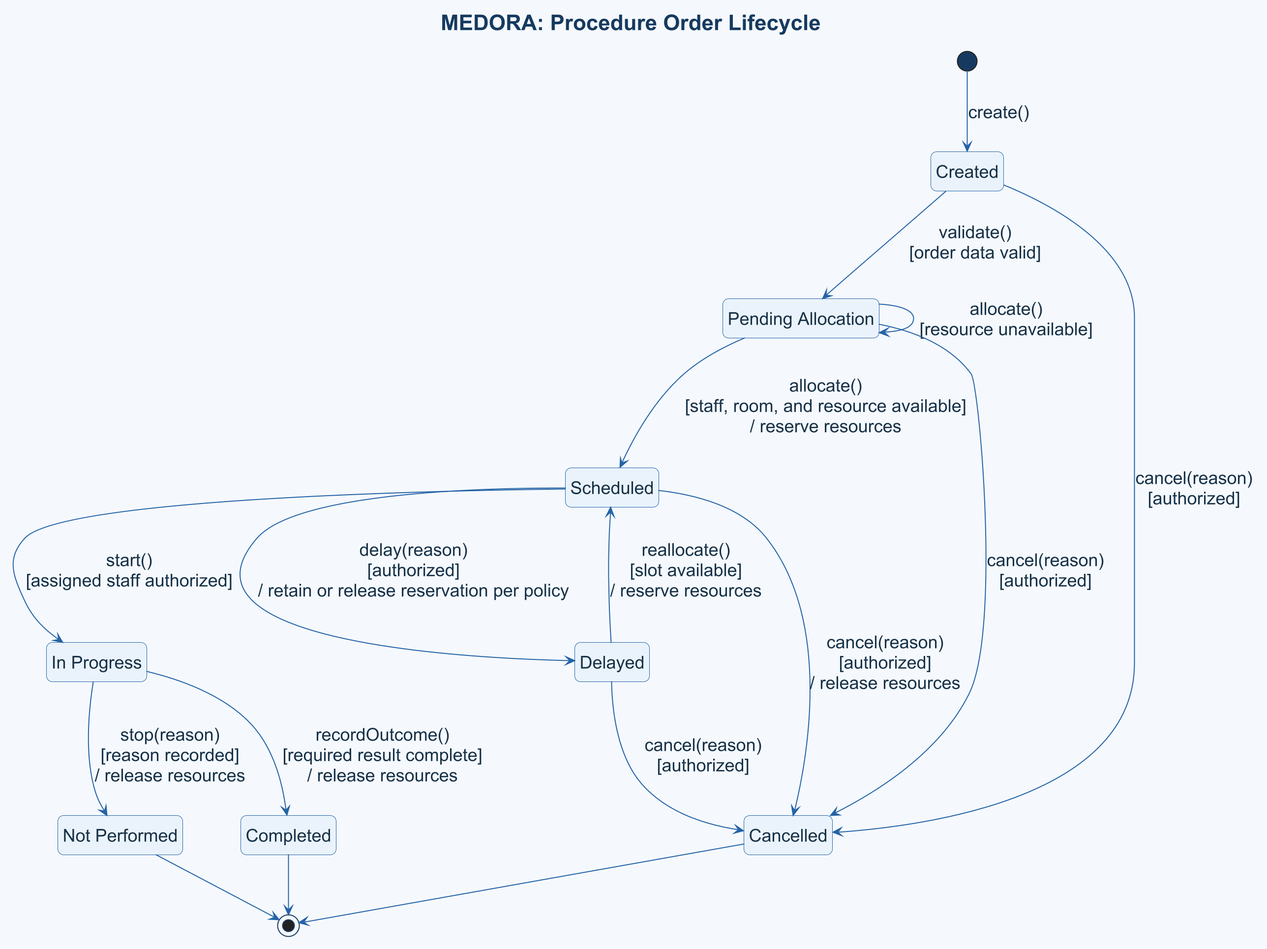
Before: doc/asset/05-behavioral-modeling-implementation/behavioral-uml/state-machine-by-entity/figure/procedure-order-lifecycle.png, a diagram exported from PlantUML (DucDung-1107/SysDes_2026.1_Group_08).
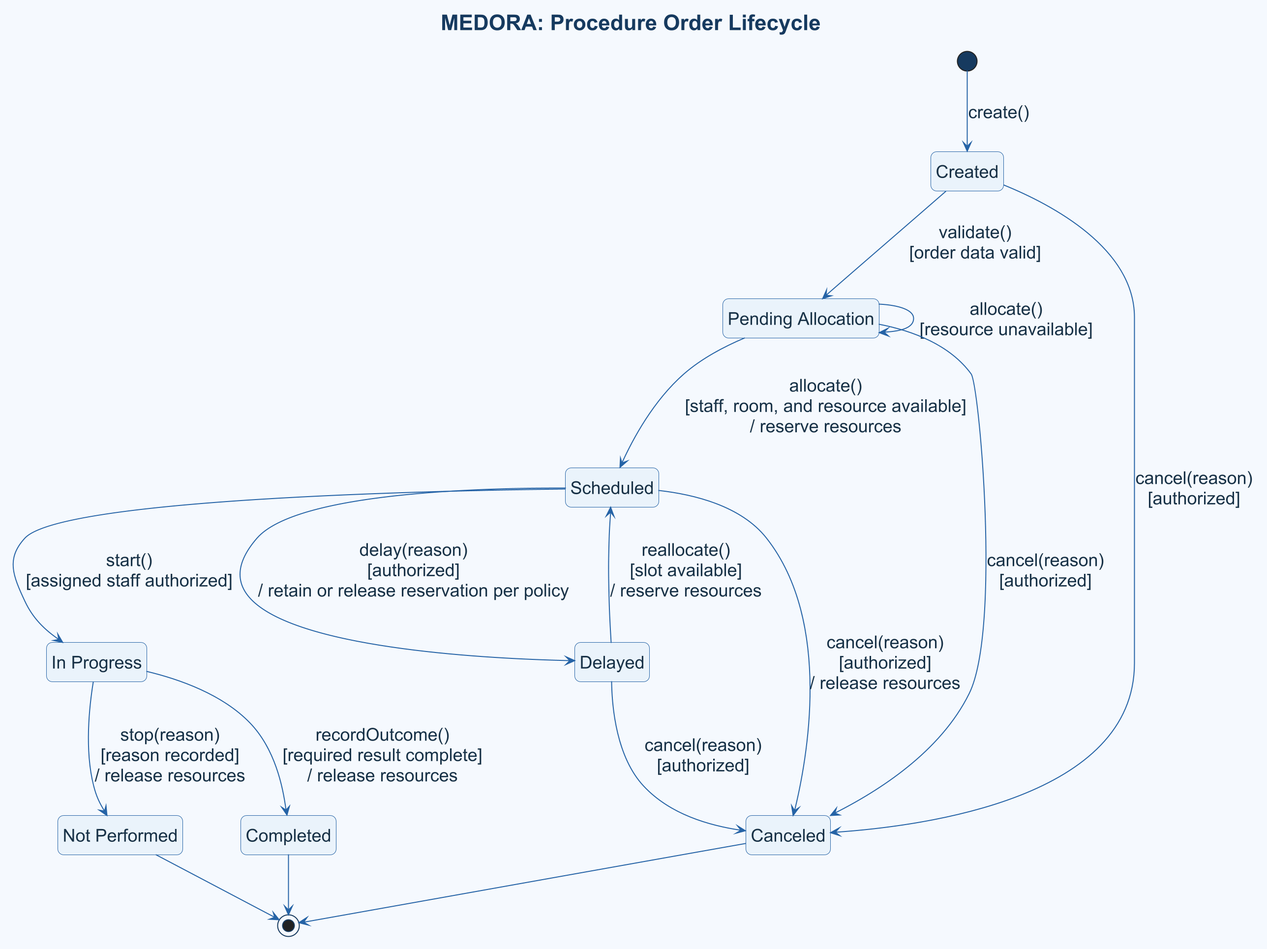
Above is the later version.

The edit, as a diff of the source:
```diff
@@ -15,12 +15,12 @@
 InProgress --> Completed : recordOutcome()\n[required result complete]\n/ release resources
 Scheduled --> Delayed : delay(reason)\n[authorized]\n/ retain or release reservation per policy
 Delayed --> Scheduled : reallocate()\n[slot available]\n/ reserve resources
-Created --> Cancelled : cancel(reason)\n[authorized]
-PendingAllocation --> Cancelled : cancel(reason)\n[authorized]
-Scheduled --> Cancelled : cancel(reason)\n[authorized]\n/ release resources
+Created --> Canceled : cancel(reason)\n[authorized]
+PendingAllocation --> Canceled : cancel(reason)\n[authorized]
+Scheduled --> Canceled : cancel(reason)\n[authorized]\n/ release resources
 InProgress --> NotPerformed : stop(reason)\n[reason recorded]\n/ release resources
-Delayed --> Cancelled : cancel(reason)\n[authorized]
+Delayed --> Canceled : cancel(reason)\n[authorized]
 Completed --> [*]
-Cancelled --> [*]
+Canceled --> [*]
 NotPerformed --> [*]
 @enduml
```
